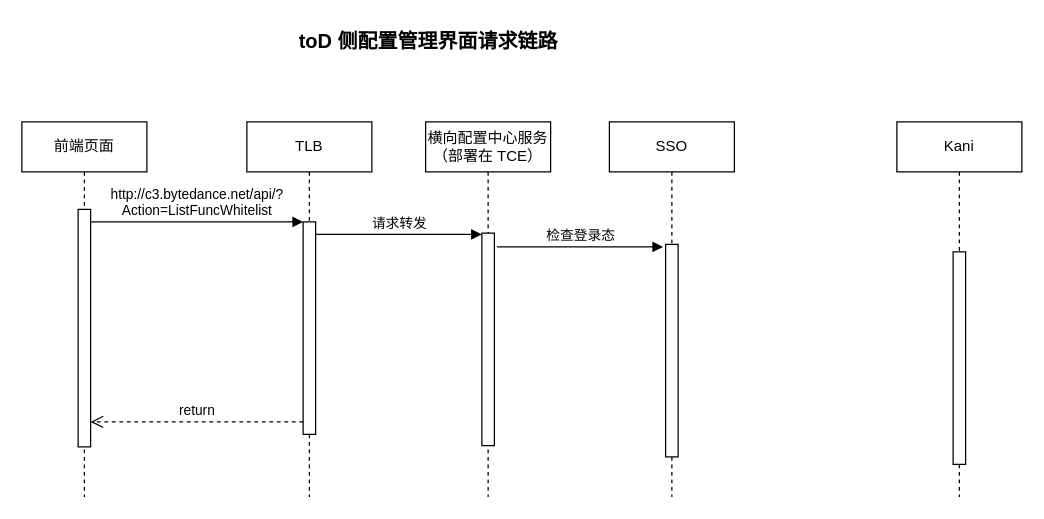
MoonBall/app.diagrams.net keeps this draw.io diagram as 未命名绘图.drawio. Above is the earlier version. Source tidied: cells renumbered, new cells numbered last; positions are measured from the earlier drawing's top-left corner, leaving out a move shared by most shapes. Both pictures are drawn from the tidied source at 125%, with x=0, y=0 at pixel (21, 21).
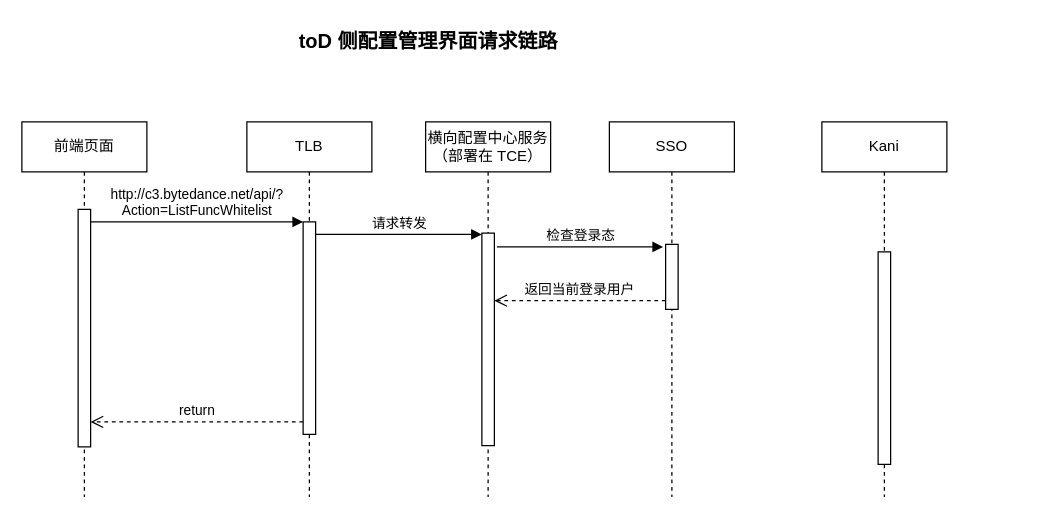
The same page after the edit.

Commit message:
更新未命名绘图.drawio

The change refers to these unchanged cells:
```xml
<mxCell id="11" value="SSO" style="shape=umlLifeline;perimeter=lifelinePerimeter;whiteSpace=wrap;html=1;newEdgeStyle={&quot;edgeStyle&quot;:&quot;elbowEdgeStyle&quot;,&quot;elbow&quot;:&quot;vertical&quot;,&quot;curved&quot;:0,&quot;rounded&quot;:0};" parent="1" vertex="1">
  <mxGeometry x="470" y="80" width="100" height="300" as="geometry" />
</mxCell>
```

The edit, as a diff of the source:
```diff
@@
     <mxCell id="12" style="html=1;perimeter=orthogonalPerimeter;targetShapes=umlLifeline;newEdgeStyle={&quot;edgeStyle&quot;:&quot;elbowEdgeStyle&quot;,&quot;elbow&quot;:&quot;vertical&quot;,&quot;curved&quot;:0,&quot;rounded&quot;:0};" parent="11" vertex="1">
-      <mxGeometry x="45" y="98" width="10" height="170" as="geometry" />
+      <mxGeometry x="45" y="98" width="10" height="52" as="geometry" />
     </mxCell>
     <mxCell id="13" value="Kani" style="shape=umlLifeline;perimeter=lifelinePerimeter;whiteSpace=wrap;html=1;newEdgeStyle={&quot;edgeStyle&quot;:&quot;elbowEdgeStyle&quot;,&quot;elbow&quot;:&quot;vertical&quot;,&quot;curved&quot;:0,&quot;rounded&quot;:0};" parent="1" vertex="1">
-      <mxGeometry x="700" y="80" width="100" height="300" as="geometry" />
+      <mxGeometry x="640" y="80" width="100" height="300" as="geometry" />
     </mxCell>
@@
+    <mxCell id="17" value="返回当前登录用户" style="html=1;verticalAlign=bottom;endArrow=open;dashed=1;endSize=8;edgeStyle=elbowEdgeStyle;elbow=vertical;curved=0;rounded=0;" parent="1" edge="1">
+      <mxGeometry relative="1" as="geometry">
+        <mxPoint x="515" y="223" as="sourcePoint" />
+        <mxPoint x="378" y="223" as="targetPoint" />
+        <Array as="points">
+          <mxPoint x="485" y="223" />
+        </Array>
+      </mxGeometry>
+    </mxCell>
```
